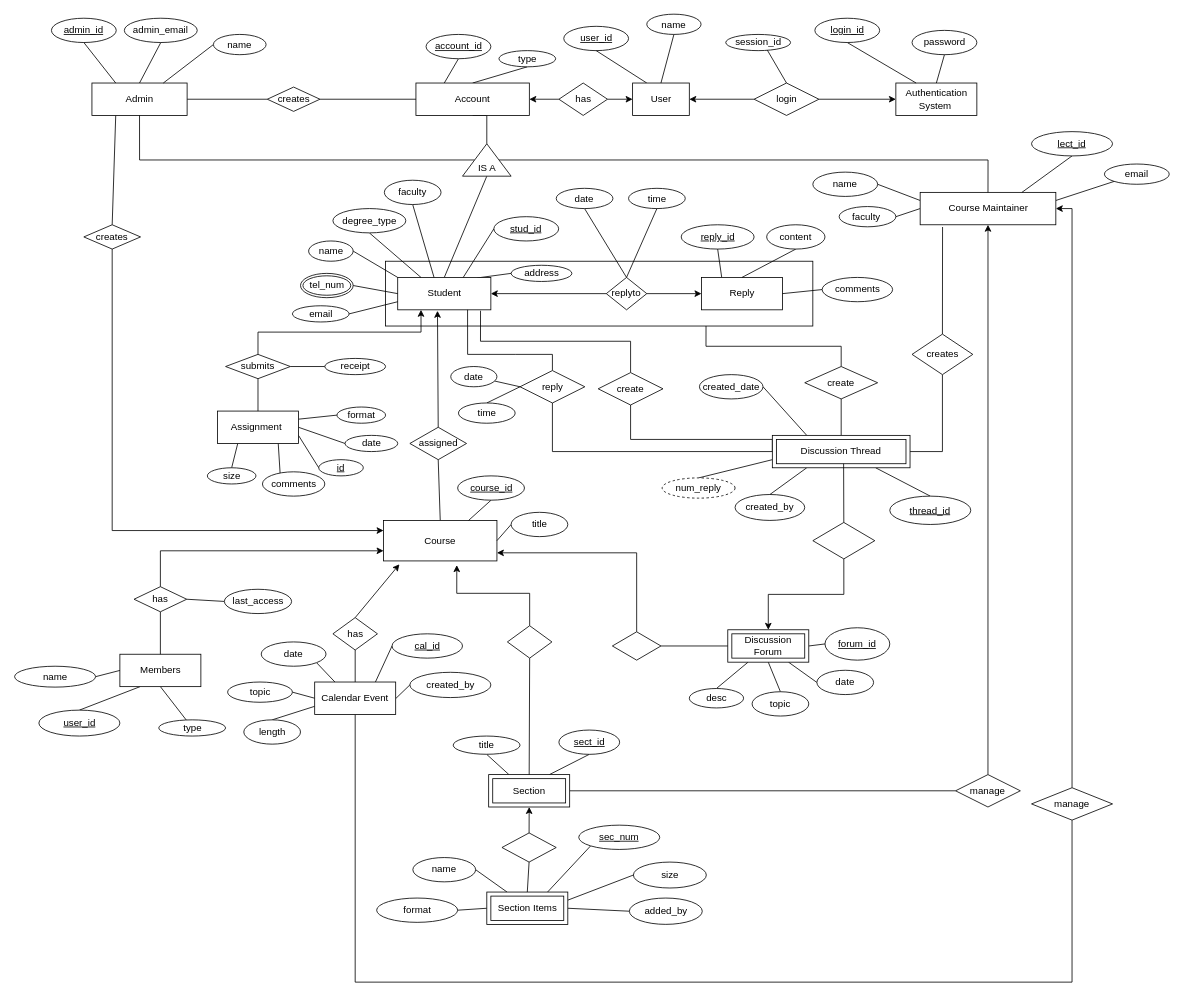
DaynaAshley/OS-Project2 keeps this draw.io diagram as Untitled Diagram.drawio. Above is the earlier version. Source tidied: cells renumbered, new cells numbered last; positions are measured from the earlier drawing's top-left corner, leaving out a move shared by most shapes. Both pictures are drawn from the tidied source at 81%, with x=0, y=0 at pixel (14, 14).
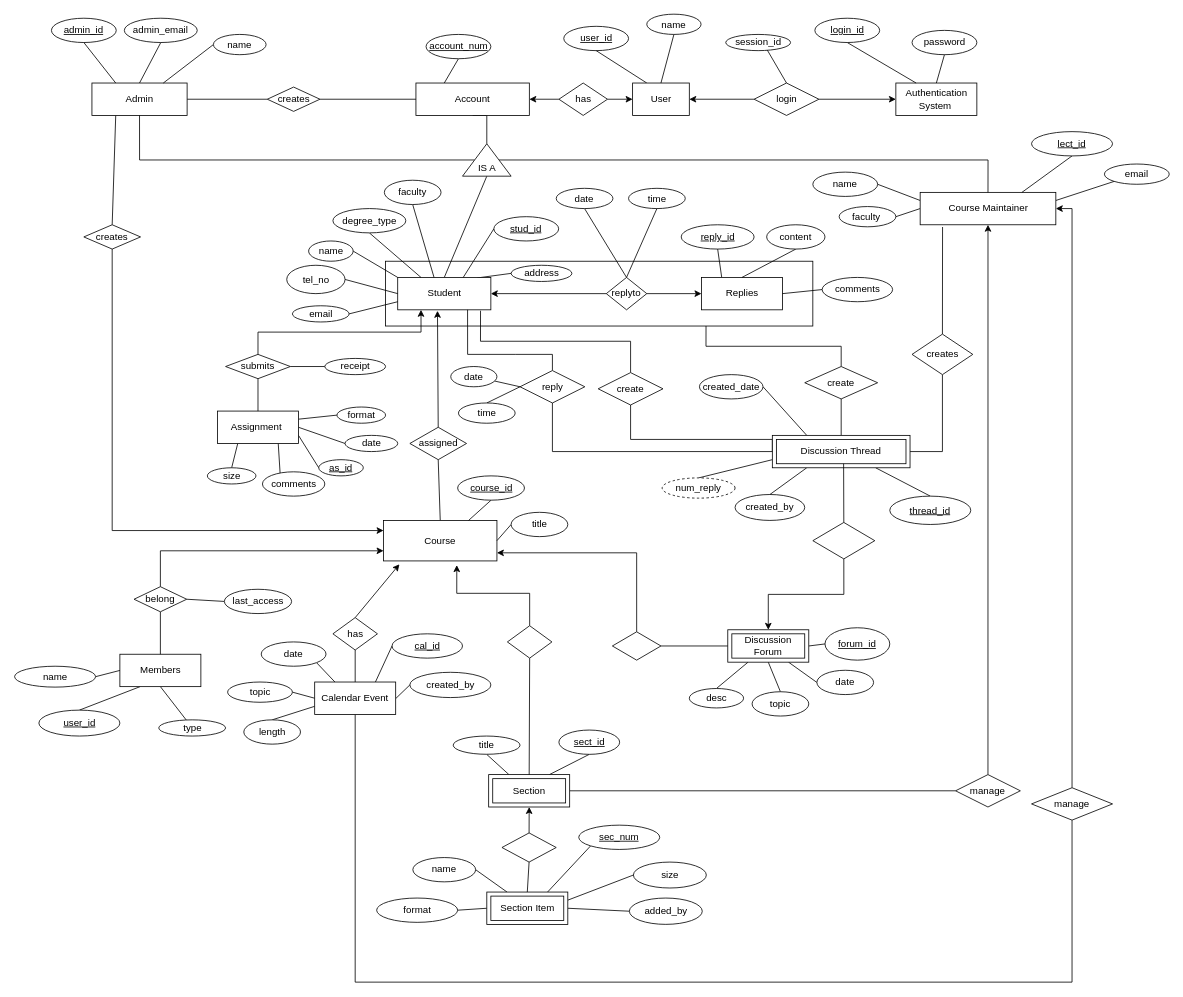
Above is the later version.

Unchanged cells that the change refers to:
```xml
<mxCell id="7" value="Account" style="whiteSpace=wrap;html=1;align=center;" parent="1" vertex="1">
  <mxGeometry x="496" y="85" width="140" height="40" as="geometry" />
</mxCell>
<mxCell id="13" value="Student" style="whiteSpace=wrap;html=1;align=center;" parent="1" vertex="1">
  <mxGeometry x="473.5" y="325" width="115" height="40" as="geometry" />
</mxCell>
```

Change to the diagram source:
```diff
@@
-    <mxCell id="5" style="edgeStyle=none;rounded=0;jettySize=auto;html=1;exitX=0.5;exitY=0;exitDx=0;exitDy=0;entryX=0.5;entryY=1;entryDx=0;entryDy=0;startArrow=none;startFill=0;endArrow=none;endFill=0;" parent="1" edge="1" source="7" target="95">
-      <mxGeometry relative="1" as="geometry" />
-    </mxCell>
@@
-    <mxCell id="41" value="Reply" style="whiteSpace=wrap;html=1;align=center;" parent="1" vertex="1">
+    <mxCell id="41" value="Replies" style="whiteSpace=wrap;html=1;align=center;" parent="1" vertex="1">
       <mxGeometry x="848.5" y="325" width="100" height="40" as="geometry" />
     </mxCell>
@@
-    <mxCell id="59" value="account_id" style="ellipse;whiteSpace=wrap;html=1;align=center;fontStyle=4;" parent="1" vertex="1">
+    <mxCell id="59" value="account_num" style="ellipse;whiteSpace=wrap;html=1;align=center;fontStyle=4;" parent="1" vertex="1">
       <mxGeometry x="508.5" y="25" width="80" height="30" as="geometry" />
     </mxCell>
@@
-    <mxCell id="95" value="type" style="ellipse;whiteSpace=wrap;html=1;align=center;" parent="1" vertex="1">
-      <mxGeometry x="598.5" y="45" width="70" height="20" as="geometry" />
-    </mxCell>
@@
-    <mxCell id="106" style="edgeStyle=none;rounded=0;jettySize=auto;html=1;exitX=1;exitY=0.5;exitDx=0;exitDy=0;entryX=0;entryY=0.5;entryDx=0;entryDy=0;startArrow=none;startFill=0;endArrow=none;endFill=0;" parent="1" edge="1" source="107" target="13">
+    <mxCell id="106" style="edgeStyle=none;rounded=0;jettySize=auto;html=1;exitX=1;exitY=0.5;exitDx=0;exitDy=0;entryX=0;entryY=0.5;entryDx=0;entryDy=0;startArrow=none;startFill=0;endArrow=none;endFill=0;" parent="1" edge="1" source="205" target="13">
       <mxGeometry relative="1" as="geometry" />
     </mxCell>
-    <mxCell id="107" value="tel_num" style="ellipse;shape=doubleEllipse;margin=3;whiteSpace=wrap;html=1;align=center;" parent="1" vertex="1">
-      <mxGeometry x="353.5" y="320" width="65" height="30" as="geometry" />
-    </mxCell>
@@
-    <mxCell id="120" value="id" style="ellipse;whiteSpace=wrap;html=1;align=center;fontStyle=4;" parent="1" vertex="1">
+    <mxCell id="120" value="as_id" style="ellipse;whiteSpace=wrap;html=1;align=center;fontStyle=4;" parent="1" vertex="1">
       <mxGeometry x="376" y="550" width="55" height="20" as="geometry" />
     </mxCell>
@@
-    <mxCell id="158" value="has" style="shape=rhombus;perimeter=rhombusPerimeter;whiteSpace=wrap;html=1;align=center;" parent="1" vertex="1">
+    <mxCell id="158" value="belong" style="shape=rhombus;perimeter=rhombusPerimeter;whiteSpace=wrap;html=1;align=center;" parent="1" vertex="1">
       <mxGeometry x="148" y="706.8" width="65" height="31" as="geometry" />
     </mxCell>
@@
-    <mxCell id="188" value="Section Items" style="shape=ext;margin=3;double=1;whiteSpace=wrap;html=1;align=center;" parent="1" vertex="1">
+    <mxCell id="188" value="Section Item" style="shape=ext;margin=3;double=1;whiteSpace=wrap;html=1;align=center;" parent="1" vertex="1">
       <mxGeometry x="583.5" y="1083.8" width="100" height="40" as="geometry" />
     </mxCell>
@@
+    <mxCell id="205" value="tel_no" style="ellipse;whiteSpace=wrap;html=1;align=center;" parent="1" vertex="1">
+      <mxGeometry x="336.5" y="310" width="72" height="35" as="geometry" />
+    </mxCell>
```
